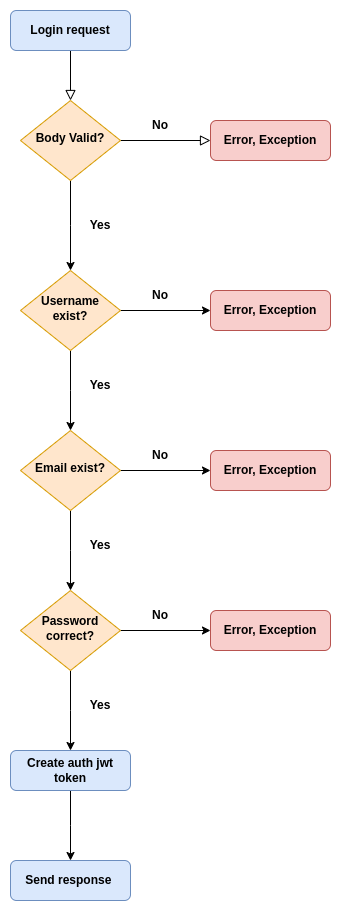
The draw.io diagram plan-images/login-process-flow.png in BBence9807/travelling-app-auth, before a commit. Source tidied: cells renumbered, new cells last; positions are measured from the earlier drawing's top-left corner, leaving out a move shared by most shapes.
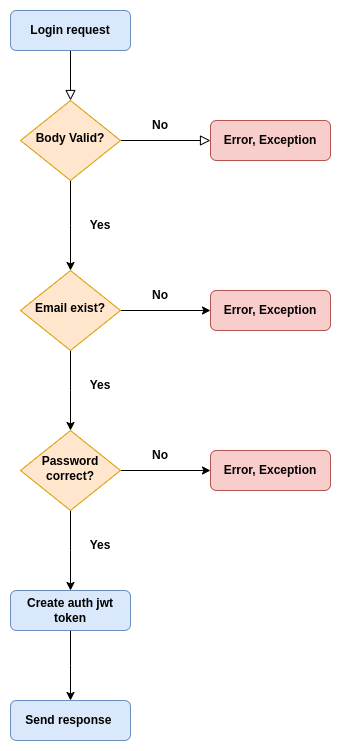
After the commit.

Diff of the diagram source:
```diff
@@ -6,45 +6,28 @@
       <mxGeometry relative="1" as="geometry" />
     </mxCell>
     <mxCell id="3" value="Login request" style="rounded=1;whiteSpace=wrap;html=1;fontSize=12;glass=0;strokeWidth=1;shadow=0;fillColor=#dae8fc;strokeColor=#6c8ebf;fontStyle=1;" parent="1" vertex="1">
-      <mxGeometry width="120" height="40" as="geometry" />
+      <mxGeometry y="160" width="120" height="40" as="geometry" />
     </mxCell>
     <mxCell id="4" style="edgeStyle=orthogonalEdgeStyle;rounded=0;html=1;jettySize=auto;fontSize=11;endArrow=block;endFill=0;endSize=8;strokeWidth=1;shadow=0;labelBackgroundColor=none;" parent="1" edge="1" source="6" target="7">
       <mxGeometry y="10" relative="1" as="geometry" />
     </mxCell>
     <mxCell id="5" style="edgeStyle=orthogonalEdgeStyle;rounded=0;jettySize=auto;html=1;" parent="1" edge="1" source="6">
       <mxGeometry relative="1" as="geometry">
-        <mxPoint x="60" y="260" as="targetPoint" />
+        <mxPoint x="60" y="420" as="targetPoint" />
       </mxGeometry>
     </mxCell>
     <mxCell id="6" value="Body Valid?" style="rhombus;whiteSpace=wrap;html=1;shadow=0;fontFamily=Helvetica;fontSize=12;align=center;strokeWidth=1;spacing=6;spacingTop=-4;fontStyle=1;fillColor=#ffe6cc;strokeColor=#d79b00;" parent="1" vertex="1">
-      <mxGeometry x="10" y="90" width="100" height="80" as="geometry" />
+      <mxGeometry x="10" y="250" width="100" height="80" as="geometry" />
     </mxCell>
     <mxCell id="7" value="Error, Exception" style="rounded=1;whiteSpace=wrap;html=1;fontSize=12;glass=0;strokeWidth=1;shadow=0;fontStyle=1;fillColor=#f8cecc;strokeColor=#b85450;" parent="1" vertex="1">
-      <mxGeometry x="200" y="110" width="120" height="40" as="geometry" />
+      <mxGeometry x="200" y="270" width="120" height="40" as="geometry" />
     </mxCell>
     <mxCell id="8" value="No" style="text;html=1;strokeColor=none;fillColor=none;align=center;verticalAlign=middle;whiteSpace=wrap;rounded=0;fontStyle=1;" parent="1" vertex="1">
-      <mxGeometry x="120" y="100" width="60" height="30" as="geometry" />
+      <mxGeometry x="120" y="260" width="60" height="30" as="geometry" />
     </mxCell>
     <mxCell id="9" value="Yes" style="text;html=1;strokeColor=none;fillColor=none;align=center;verticalAlign=middle;whiteSpace=wrap;rounded=0;fontStyle=1;" parent="1" vertex="1">
-      <mxGeometry x="60" y="200" width="60" height="30" as="geometry" />
+      <mxGeometry x="60" y="360" width="60" height="30" as="geometry" />
     </mxCell>
-    <mxCell id="10" style="edgeStyle=orthogonalEdgeStyle;rounded=0;jettySize=auto;html=1;entryX=0;entryY=0.5;entryDx=0;entryDy=0;" parent="1" edge="1" source="12" target="13">
-      <mxGeometry relative="1" as="geometry" />
-    </mxCell>
-    <mxCell id="11" style="edgeStyle=orthogonalEdgeStyle;rounded=0;jettySize=auto;html=1;" parent="1" edge="1" source="12">
-      <mxGeometry relative="1" as="geometry">
-        <mxPoint x="60" y="420" as="targetPoint" />
-      </mxGeometry>
-    </mxCell>
-    <mxCell id="12" value="Username exist?" style="rhombus;whiteSpace=wrap;html=1;shadow=0;fontFamily=Helvetica;fontSize=12;align=center;strokeWidth=1;spacing=6;spacingTop=-4;fontStyle=1;fillColor=#ffe6cc;strokeColor=#d79b00;" parent="1" vertex="1">
-      <mxGeometry x="10" y="260" width="100" height="80" as="geometry" />
-    </mxCell>
-    <mxCell id="13" value="Error, Exception" style="rounded=1;whiteSpace=wrap;html=1;fontSize=12;glass=0;strokeWidth=1;shadow=0;fontStyle=1;fillColor=#f8cecc;strokeColor=#b85450;" parent="1" vertex="1">
-      <mxGeometry x="200" y="280" width="120" height="40" as="geometry" />
-    </mxCell>
-    <mxCell id="14" value="No" style="text;html=1;strokeColor=none;fillColor=none;align=center;verticalAlign=middle;whiteSpace=wrap;rounded=0;fontStyle=1;" parent="1" vertex="1">
-      <mxGeometry x="120" y="270" width="60" height="30" as="geometry" />
-    </mxCell>
     <mxCell id="15" style="edgeStyle=orthogonalEdgeStyle;rounded=0;jettySize=auto;html=1;" parent="1" edge="1" source="17" target="19">
       <mxGeometry relative="1" as="geometry" />
     </mxCell>
@@ -56,9 +39,6 @@
     <mxCell id="17" value="Password correct?" style="rhombus;whiteSpace=wrap;html=1;shadow=0;fontFamily=Helvetica;fontSize=12;align=center;strokeWidth=1;spacing=6;spacingTop=-4;fontStyle=1;fillColor=#ffe6cc;strokeColor=#d79b00;" parent="1" vertex="1">
       <mxGeometry x="10" y="580" width="100" height="80" as="geometry" />
     </mxCell>
-    <mxCell id="18" value="Yes" style="text;html=1;strokeColor=none;fillColor=none;align=center;verticalAlign=middle;whiteSpace=wrap;rounded=0;fontStyle=1;" parent="1" vertex="1">
-      <mxGeometry x="60" y="360" width="60" height="30" as="geometry" />
-    </mxCell>
     <mxCell id="19" value="Error, Exception" style="rounded=1;whiteSpace=wrap;html=1;fontSize=12;glass=0;strokeWidth=1;shadow=0;fontStyle=1;fillColor=#f8cecc;strokeColor=#b85450;" parent="1" vertex="1">
       <mxGeometry x="200" y="600" width="120" height="40" as="geometry" />
     </mxCell>
```
